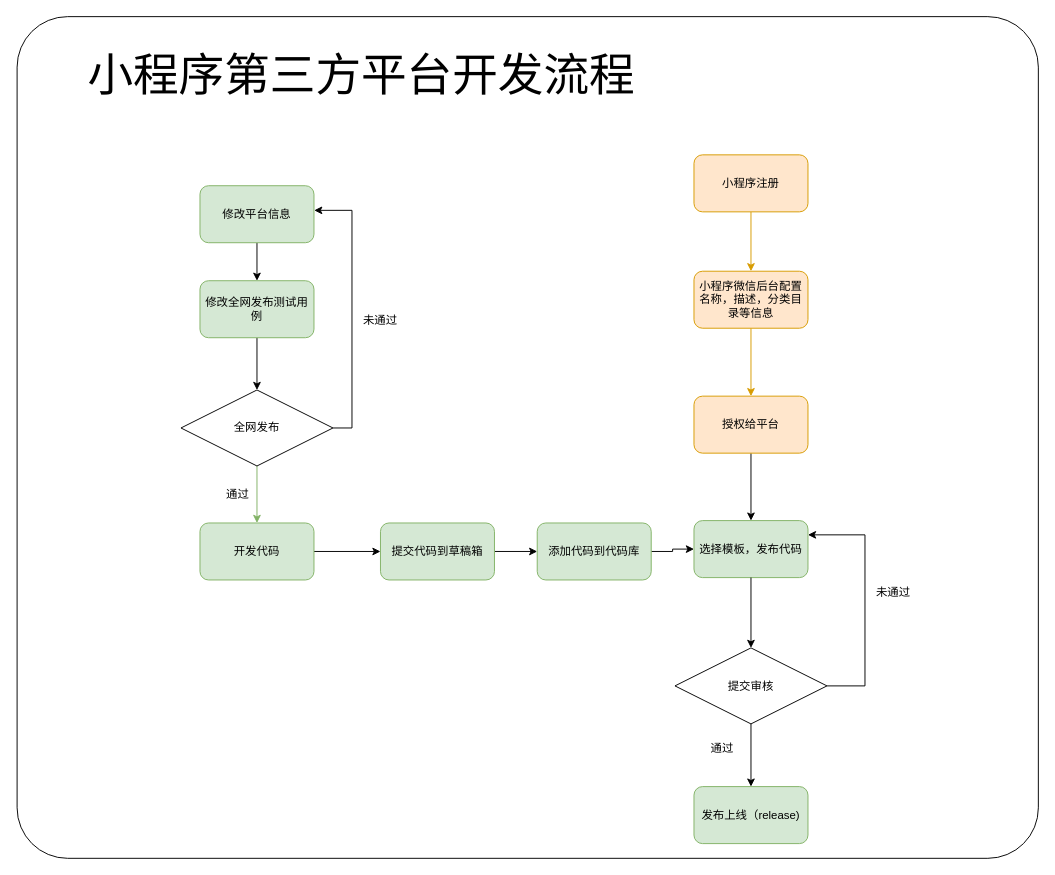
Before: page "routine" (5 of 5) of assets/drawio/wxa_platform.drawio in atanx/atanx.github.io, a draw.io diagram. Source tidied: cells renumbered, new cells numbered last; positions are measured from the earlier drawing's top-left corner, leaving out a move shared by most shapes. Both pictures are drawn from the tidied source at 95%, with x=0, y=0 at pixel (16, 16).
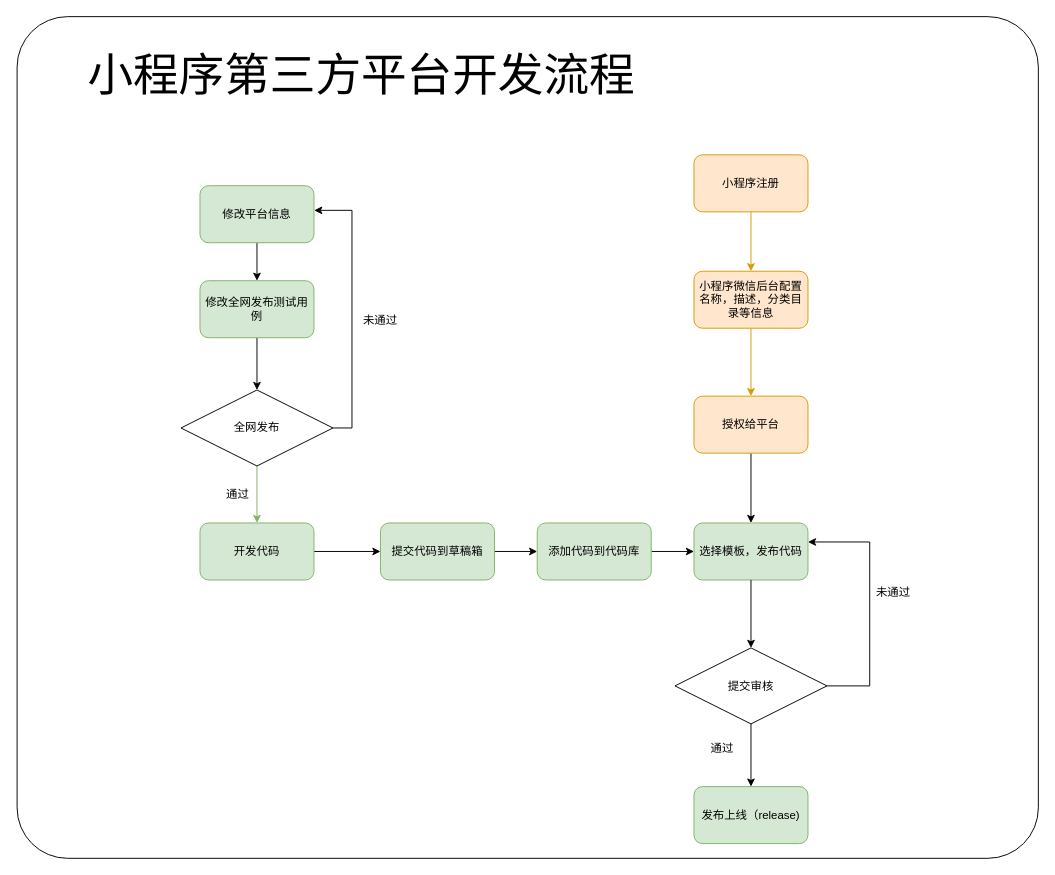
After the change.

The change refers to these unchanged cells:
```xml
<mxCell id="21" value="提交审核" style="rhombus;whiteSpace=wrap;html=1;" parent="1" vertex="1">
  <mxGeometry x="693" y="664.5" width="160" height="80" as="geometry" />
</mxCell>
```

Diff of the diagram source:
```diff
@@
     <mxCell id="16" value="选择模板，发布代码" style="rounded=1;whiteSpace=wrap;html=1;fillColor=#d5e8d4;strokeColor=#82b366;" parent="1" vertex="1">
-      <mxGeometry x="713" y="530.5" width="120" height="60" as="geometry" />
+      <mxGeometry x="713" y="533" width="120" height="60" as="geometry" />
     </mxCell>
@@
-    <mxCell id="18" style="edgeStyle=orthogonalEdgeStyle;rounded=0;jettySize=auto;html=1;exitX=1;exitY=0.5;exitDx=0;exitDy=0;entryX=1;entryY=0.25;entryDx=0;entryDy=0;" parent="1" edge="1" source="21" target="16">
+    <mxCell id="18" style="edgeStyle=orthogonalEdgeStyle;rounded=0;jettySize=auto;html=1;exitX=1;exitY=0.5;exitDx=0;exitDy=0;" parent="1" edge="1" source="21">
       <mxGeometry relative="1" as="geometry">
+        <mxPoint x="833" y="553" as="targetPoint" />
         <Array as="points">
-          <mxPoint x="893" y="704.5" />
-          <mxPoint x="893" y="545.5" />
+          <mxPoint x="898" y="705" />
+          <mxPoint x="898" y="553" />
+          <mxPoint x="833" y="553" />
         </Array>
       </mxGeometry>
     </mxCell>
```
